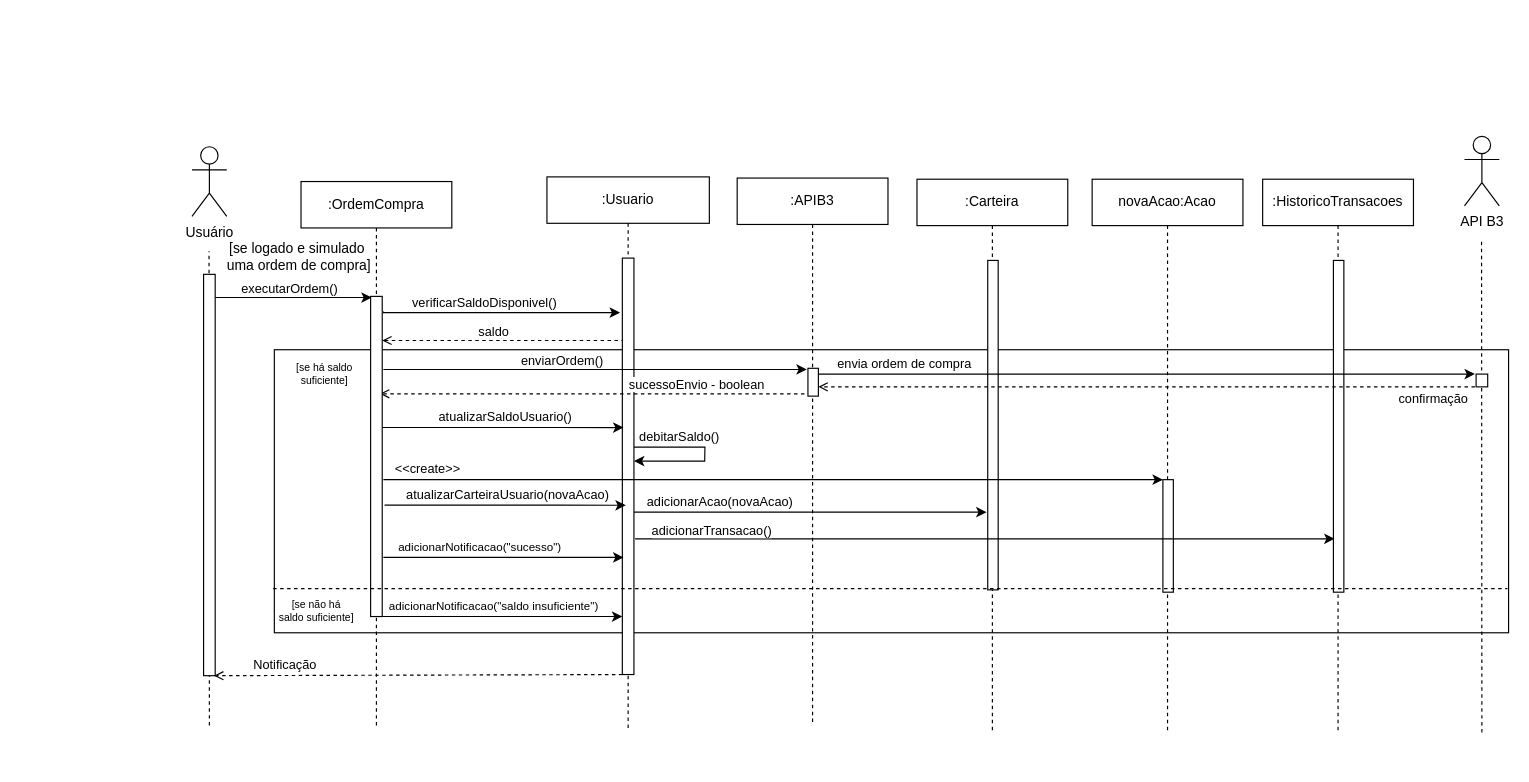
Before: diagrama_sequencia/Diagrama_Sequencia_UC08.drawio in gb-cs-rt/home_broker, a draw.io diagram. Source tidied: cells renumbered, new cells numbered last; positions are measured from the earlier drawing's top-left corner, leaving out a move shared by most shapes. Both pictures are drawn from the tidied source at 116%, with x=0, y=0 at pixel (191, 136).
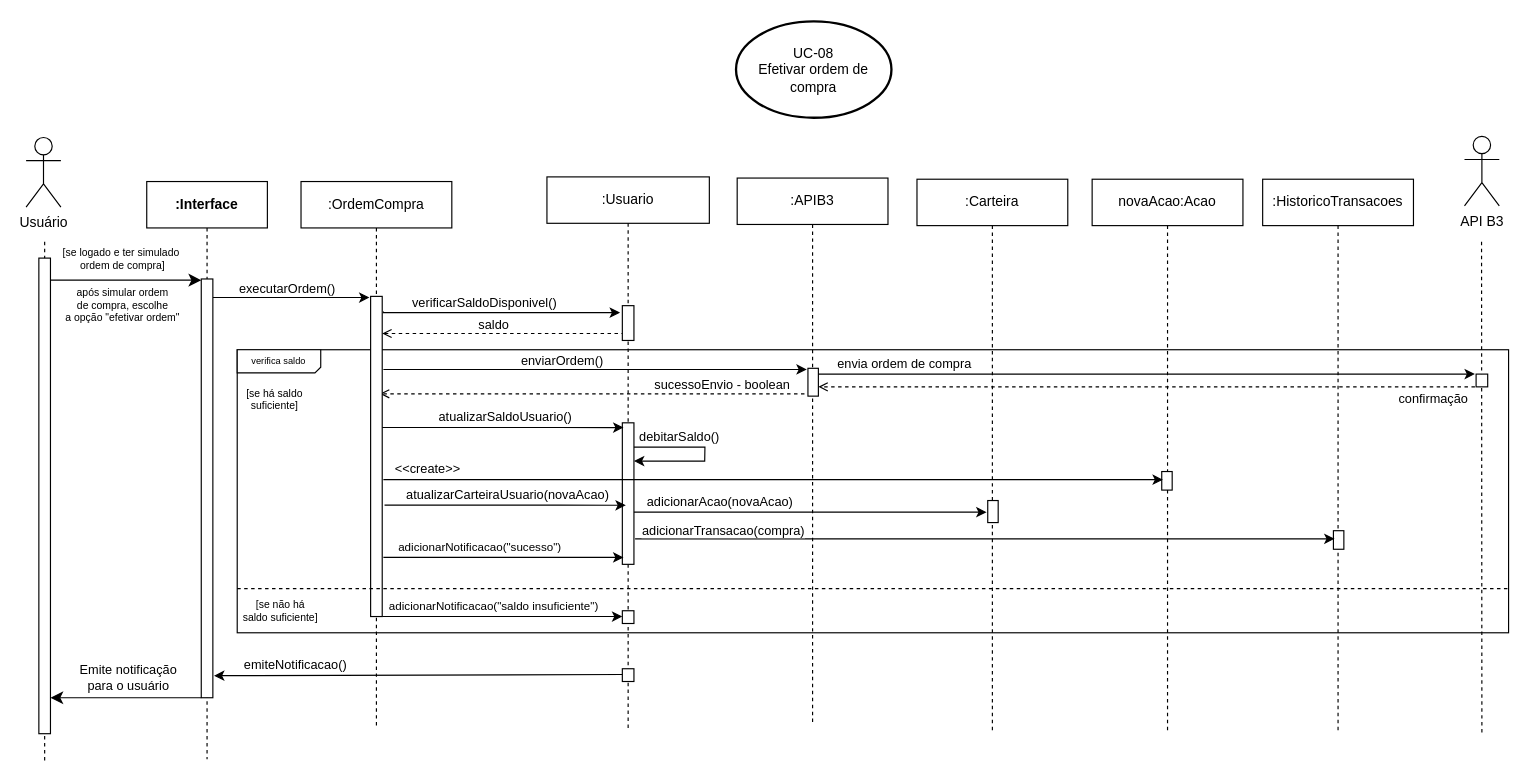
The same diagram, later.

The change refers to these unchanged cells:
```xml
<mxCell id="8" value=":Usuario" style="shape=umlLifeline;perimeter=lifelinePerimeter;whiteSpace=wrap;html=1;newEdgeStyle={&quot;curved&quot;:0,&quot;rounded&quot;:0};" parent="1" vertex="1">
  <mxGeometry x="306" y="35" width="140" height="477" as="geometry" />
</mxCell>
<mxCell id="12" style="endArrow=open;html=1;rounded=0;dashed=1;startArrow=none;startFill=0;endFill=0;" parent="1" edge="1">
  <mxGeometry relative="1" as="geometry">
    <mxPoint x="528" y="222" as="sourcePoint" />
    <mxPoint x="162" y="222" as="targetPoint" />
  </mxGeometry>
</mxCell>
<mxCell id="30" value=":Carteira" style="shape=umlLifeline;perimeter=lifelinePerimeter;whiteSpace=wrap;html=1;newEdgeStyle={&quot;curved&quot;:0,&quot;rounded&quot;:0};" parent="1" vertex="1">
  <mxGeometry x="625" y="37" width="130" height="478" as="geometry" />
</mxCell>
<mxCell id="32" value="novaAcao:Acao" style="shape=umlLifeline;perimeter=lifelinePerimeter;whiteSpace=wrap;html=1;newEdgeStyle={&quot;curved&quot;:0,&quot;rounded&quot;:0};" parent="1" vertex="1">
  <mxGeometry x="776" y="37" width="130" height="478" as="geometry" />
</mxCell>
<mxCell id="38" value=":HistoricoTransacoes" style="shape=umlLifeline;perimeter=lifelinePerimeter;whiteSpace=wrap;html=1;newEdgeStyle={&quot;curved&quot;:0,&quot;rounded&quot;:0};" parent="1" vertex="1">
  <mxGeometry x="923" y="37" width="130" height="478" as="geometry" />
</mxCell>
<mxCell id="40" style="endArrow=classic;html=1;rounded=0;" parent="1" edge="1">
  <mxGeometry relative="1" as="geometry">
    <mxPoint x="382" y="347" as="sourcePoint" />
    <mxPoint x="985" y="347" as="targetPoint" />
  </mxGeometry>
</mxCell>
```

Change to the diagram source:
```diff
@@
     <mxCell id="2" style="rounded=0;whiteSpace=wrap;html=1;fillColor=none;" parent="1" vertex="1">
-      <mxGeometry x="71" y="184" width="1064" height="244" as="geometry" />
+      <mxGeometry x="39" y="184" width="1096" height="244" as="geometry" />
     </mxCell>
     <mxCell id="3" value="Usuário" style="shape=umlActor;verticalLabelPosition=bottom;verticalAlign=top;html=1;" parent="1" vertex="1">
-      <mxGeometry y="9" width="30" height="60" as="geometry" />
+      <mxGeometry x="-143" y="1" width="30" height="60" as="geometry" />
     </mxCell>
     <mxCell id="4" style="endArrow=none;dashed=1;html=1;rounded=0;" parent="1" edge="1">
       <mxGeometry relative="1" as="geometry">
-        <mxPoint x="15" y="508" as="sourcePoint" />
-        <mxPoint x="14.7" y="99" as="targetPoint" />
+        <mxPoint x="-127" y="538" as="sourcePoint" />
+        <mxPoint x="-127" y="91" as="targetPoint" />
       </mxGeometry>
     </mxCell>
     <mxCell id="5" style="edgeStyle=orthogonalEdgeStyle;rounded=0;orthogonalLoop=1;jettySize=auto;html=1;curved=0;" parent="1" edge="1">
       <mxGeometry relative="1" as="geometry">
-        <mxPoint x="20" y="139" as="sourcePoint" />
-        <mxPoint x="155" y="139" as="targetPoint" />
+        <mxPoint x="18" y="139" as="sourcePoint" />
+        <mxPoint x="153" y="139" as="targetPoint" />
       </mxGeometry>
     </mxCell>
@@
     <mxCell id="7" style="html=1;points=[[0,0,0,0,5],[0,1,0,0,-5],[1,0,0,0,5],[1,1,0,0,-5]];perimeter=orthogonalPerimeter;outlineConnect=0;targetShapes=umlLifeline;portConstraint=eastwest;newEdgeStyle={&quot;curved&quot;:0,&quot;rounded&quot;:0};" parent="1" vertex="1">
-      <mxGeometry x="10" y="119" width="10" height="346" as="geometry" />
+      <mxGeometry x="-132" y="105" width="10" height="410" as="geometry" />
     </mxCell>
@@
     <mxCell id="9" style="html=1;points=[[0,0,0,0,5],[0,1,0,0,-5],[1,0,0,0,5],[1,1,0,0,-5]];perimeter=orthogonalPerimeter;outlineConnect=0;targetShapes=umlLifeline;portConstraint=eastwest;newEdgeStyle={&quot;curved&quot;:0,&quot;rounded&quot;:0};" parent="8" vertex="1">
-      <mxGeometry x="65" y="70" width="10" height="359" as="geometry" />
+      <mxGeometry x="65" y="111" width="10" height="30" as="geometry" />
     </mxCell>
+    <mxCell id="57" style="html=1;perimeter=orthogonalPerimeter;targetShapes=umlLifeline;newEdgeStyle={&quot;curved&quot;:0,&quot;rounded&quot;:0};" parent="8" vertex="1">
+      <mxGeometry x="65" y="212" width="10" height="122" as="geometry" />
+    </mxCell>
+    <mxCell id="58" style="html=1;perimeter=orthogonalPerimeter;targetShapes=umlLifeline;newEdgeStyle={&quot;curved&quot;:0,&quot;rounded&quot;:0};" parent="8" vertex="1">
+      <mxGeometry x="65" y="374" width="10" height="11" as="geometry" />
+    </mxCell>
+    <mxCell id="59" style="html=1;perimeter=orthogonalPerimeter;targetShapes=umlLifeline;newEdgeStyle={&quot;curved&quot;:0,&quot;rounded&quot;:0};" parent="8" vertex="1">
+      <mxGeometry x="65" y="424" width="10" height="11" as="geometry" />
+    </mxCell>
@@
     <mxCell id="13" value="sucessoEnvio - boolean" style="edgeLabel;html=1;align=center;verticalAlign=middle;" parent="12" vertex="1">
       <mxGeometry x="-0.1" y="2" relative="1" as="geometry">
-        <mxPoint x="71" y="-11" as="offset" />
+        <mxPoint x="93" y="-11" as="offset" />
       </mxGeometry>
     </mxCell>
@@
-    <mxCell id="16" style="edgeStyle=none;orthogonalLoop=1;jettySize=auto;html=1;rounded=0;dashed=1;startArrow=none;startFill=0;endArrow=open;endFill=0;entryX=0.8;entryY=0.916;entryDx=0;entryDy=0;entryPerimeter=0;" parent="1" edge="1">
+    <mxCell id="16" style="edgeStyle=none;orthogonalLoop=1;jettySize=auto;html=1;rounded=0;startArrow=none;startFill=0;endArrow=classic;endFill=1;entryX=0.8;entryY=0.916;entryDx=0;entryDy=0;entryPerimeter=0;" parent="1" edge="1">
       <mxGeometry relative="1" as="geometry">
         <mxPoint x="371" y="464" as="sourcePoint" />
         <mxPoint x="19" y="465" as="targetPoint" />
       </mxGeometry>
     </mxCell>
-    <mxCell id="17" value="Notificação" style="edgeLabel;html=1;align=center;verticalAlign=middle;" parent="16" vertex="1">
+    <mxCell id="17" value="emiteNotificacao()" style="edgeLabel;html=1;align=center;verticalAlign=middle;" parent="16" vertex="1">
       <mxGeometry x="-0.16" y="1" relative="1" as="geometry">
-        <mxPoint x="-144" y="-10" as="offset" />
+        <mxPoint x="-135" y="-10" as="offset" />
       </mxGeometry>
     </mxCell>
@@
-    <mxCell id="20" style="edgeStyle=none;jettySize=auto;html=1;rounded=0;startArrow=open;startFill=0;endArrow=none;endFill=0;dashed=1;" parent="1" edge="1" target="9">
+    <mxCell id="20" style="edgeStyle=none;orthogonalLoop=1;jettySize=auto;html=1;rounded=0;startArrow=open;startFill=0;endArrow=none;endFill=0;dashed=1;" parent="1" edge="1">
       <mxGeometry relative="1" as="geometry">
-        <mxPoint x="164" y="176" as="sourcePoint" />
+        <mxPoint x="164" y="170" as="sourcePoint" />
+        <mxPoint x="371" y="170" as="targetPoint" />
       </mxGeometry>
     </mxCell>
@@
     <mxCell id="31" style="html=1;perimeter=orthogonalPerimeter;targetShapes=umlLifeline;newEdgeStyle={&quot;curved&quot;:0,&quot;rounded&quot;:0};" parent="30" vertex="1">
-      <mxGeometry x="61" y="70" width="9" height="284" as="geometry" />
+      <mxGeometry x="61" y="277" width="9" height="19" as="geometry" />
     </mxCell>
@@
     <mxCell id="33" style="html=1;perimeter=orthogonalPerimeter;targetShapes=umlLifeline;newEdgeStyle={&quot;curved&quot;:0,&quot;rounded&quot;:0};" parent="32" vertex="1">
-      <mxGeometry x="61" y="259" width="9" height="97" as="geometry" />
+      <mxGeometry x="60" y="252" width="9" height="16" as="geometry" />
     </mxCell>
@@
     <mxCell id="39" style="html=1;perimeter=orthogonalPerimeter;targetShapes=umlLifeline;newEdgeStyle={&quot;curved&quot;:0,&quot;rounded&quot;:0};" parent="38" vertex="1">
-      <mxGeometry x="61" y="70" width="9" height="286" as="geometry" />
+      <mxGeometry x="61" y="303" width="9" height="16" as="geometry" />
     </mxCell>
@@
-    <mxCell id="41" value="adicionarTransacao()" style="edgeLabel;html=1;align=center;verticalAlign=middle;" parent="40" vertex="1">
+    <mxCell id="41" value="adicionarTransacao(compra)" style="edgeLabel;html=1;align=center;verticalAlign=middle;" parent="40" vertex="1">
       <mxGeometry x="-0.23" y="-1" relative="1" as="geometry">
-        <mxPoint x="-167" y="-9" as="offset" />
+        <mxPoint x="-157" y="-9" as="offset" />
       </mxGeometry>
     </mxCell>
@@
     <mxCell id="51" value="[se há saldo&lt;div&gt;suficiente]&lt;/div&gt;" style="text;html=1;align=center;verticalAlign=middle;strokeColor=none;fillColor=none;fontSize=9;" parent="1" vertex="1">
-      <mxGeometry x="80" y="188" width="67" height="34" as="geometry" />
+      <mxGeometry x="37" y="210" width="67" height="34" as="geometry" />
     </mxCell>
     <mxCell id="52" value="[se não há&lt;div&gt;saldo suficiente]&lt;/div&gt;" style="text;html=1;align=center;verticalAlign=middle;strokeColor=none;fillColor=none;fontSize=9;" parent="1" vertex="1">
-      <mxGeometry x="65" y="392" width="83" height="34" as="geometry" />
+      <mxGeometry x="34" y="392" width="83" height="34" as="geometry" />
     </mxCell>
@@
-    <mxCell id="54" style="endArrow=none;dashed=1;html=1;rounded=0;" parent="1" edge="1">
+    <mxCell id="54" style="endArrow=none;dashed=1;html=1;rounded=0;exitX=0;exitY=0.844;exitDx=0;exitDy=0;exitPerimeter=0;" parent="1" edge="1" source="2">
       <mxGeometry relative="1" as="geometry">
-        <mxPoint x="70" y="390" as="sourcePoint" />
         <mxPoint x="1134" y="390" as="targetPoint" />
       </mxGeometry>
     </mxCell>
@@
-    <mxCell id="56" value="[se logado e simulado&amp;nbsp;&lt;div&gt;uma ordem de compra]&lt;/div&gt;" style="text;html=1;align=center;verticalAlign=middle;strokeColor=none;fillColor=none;" parent="1" vertex="1">
-      <mxGeometry x="21" y="83" width="142" height="41" as="geometry" />
+    <mxCell id="56" value="[se logado e ter simulado&amp;nbsp;&lt;div style=&quot;font-size: 9px;&quot;&gt;ordem de compra]&lt;/div&gt;" style="text;html=1;align=center;verticalAlign=middle;strokeColor=none;fillColor=none;fontSize=9;" parent="1" vertex="1">
+      <mxGeometry x="-121" y="89" width="121" height="34" as="geometry" />
     </mxCell>
+    <mxCell id="60" value="&lt;b&gt;:Interface&lt;/b&gt;" style="shape=umlLifeline;perimeter=lifelinePerimeter;whiteSpace=wrap;html=1;newEdgeStyle={&quot;edgeStyle&quot;:&quot;elbowEdgeStyle&quot;,&quot;elbow&quot;:&quot;vertical&quot;,&quot;curved&quot;:0,&quot;rounded&quot;:0};" parent="1" vertex="1">
+      <mxGeometry x="-39" y="39" width="104" height="498" as="geometry" />
+    </mxCell>
+    <mxCell id="61" style="html=1;points=[];perimeter=orthogonalPerimeter;outlineConnect=0;targetShapes=umlLifeline;portConstraint=eastwest;newEdgeStyle={&quot;edgeStyle&quot;:&quot;elbowEdgeStyle&quot;,&quot;elbow&quot;:&quot;vertical&quot;,&quot;curved&quot;:0,&quot;rounded&quot;:0};" parent="60" vertex="1">
+      <mxGeometry x="47" y="84" width="10" height="361" as="geometry" />
+    </mxCell>
+    <mxCell id="62" style="endArrow=classic;html=1;rounded=0;fontSize=12;startSize=8;endSize=8;curved=1;" parent="1" edge="1" target="61">
+      <mxGeometry relative="1" as="geometry">
+        <mxPoint x="-122" y="124" as="sourcePoint" />
+      </mxGeometry>
+    </mxCell>
+    <mxCell id="63" value="após simular ordem&lt;div style=&quot;font-size: 9px;&quot;&gt;de compra, escolhe&lt;/div&gt;&lt;div style=&quot;font-size: 9px;&quot;&gt;a opção &quot;efetivar ordem&quot;&lt;/div&gt;" style="edgeLabel;html=1;align=center;verticalAlign=middle;fontSize=9;" parent="62" vertex="1">
+      <mxGeometry x="-0.09" y="1" relative="1" as="geometry">
+        <mxPoint x="2" y="22" as="offset" />
+      </mxGeometry>
+    </mxCell>
+    <mxCell id="64" value="UC-08&lt;div&gt;Efetivar ordem de&lt;br&gt;compra&lt;/div&gt;" style="strokeWidth=2;html=1;shape=mxgraph.flowchart.start_1;whiteSpace=wrap;" parent="1" vertex="1">
+      <mxGeometry x="469" y="-99" width="134" height="83" as="geometry" />
+    </mxCell>
+    <mxCell id="65" value="verifica saldo" style="verticalLabelPosition=middle;verticalAlign=middle;html=1;shape=card;whiteSpace=wrap;size=5;arcSize=12;labelPosition=center;align=center;flipH=1;flipV=1;fontSize=8;" parent="1" vertex="1">
+      <mxGeometry x="39" y="184" width="72" height="20" as="geometry" />
+    </mxCell>
+    <mxCell id="66" style="endArrow=classic;html=1;rounded=0;fontSize=12;startSize=8;endSize=8;curved=1;" parent="1" edge="1" target="7">
+      <mxGeometry relative="1" as="geometry">
+        <mxPoint x="8" y="484" as="sourcePoint" />
+      </mxGeometry>
+    </mxCell>
+    <mxCell id="67" value="Emite notificação&lt;div&gt;para o usuário&lt;/div&gt;" style="edgeLabel;html=1;align=center;verticalAlign=middle;" parent="1" vertex="1">
+      <mxGeometry x="-56" y="466" as="geometry" />
+    </mxCell>
```
